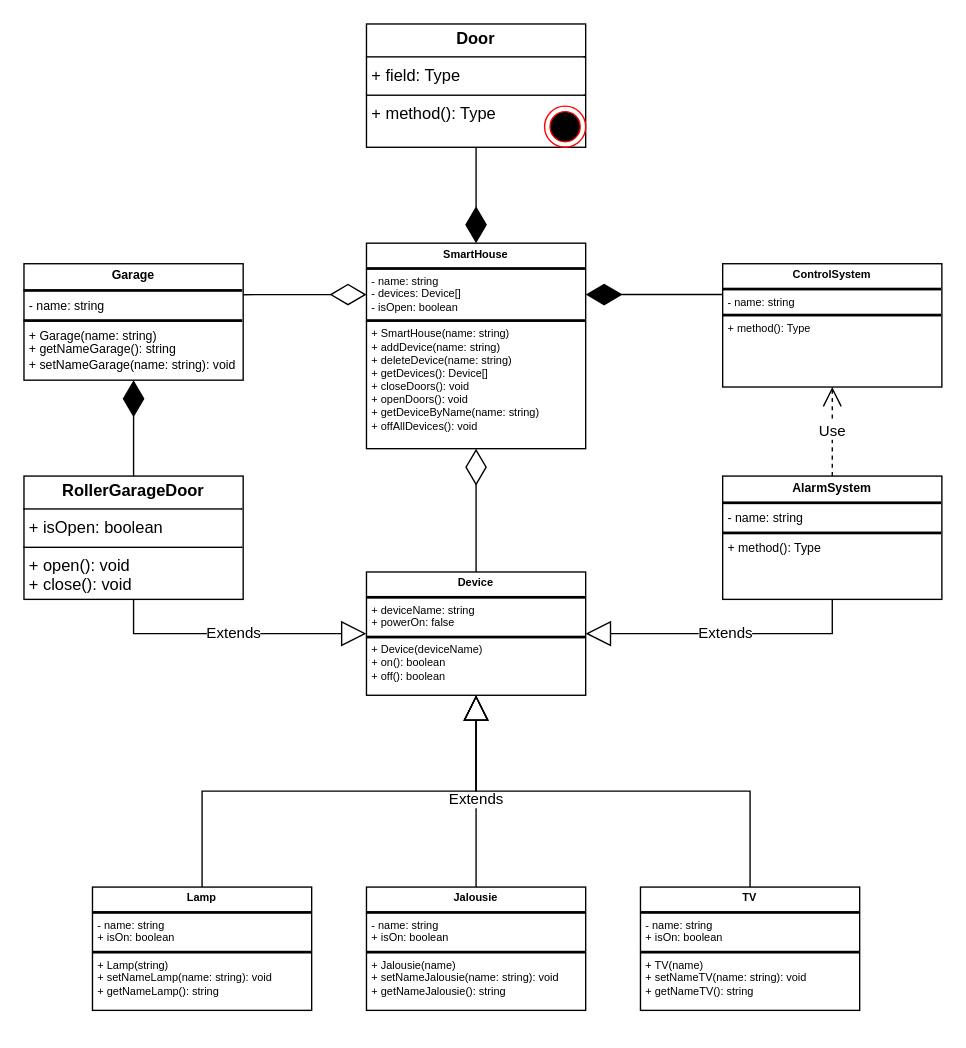
asimerole/independent-work-JS-for-university keeps this draw.io diagram as SmartHouse.drawio. Above is the earlier version. Source tidied: cells renumbered, new cells numbered last; positions are measured from the earlier drawing's top-left corner, leaving out a move shared by most shapes. Both pictures are drawn from the tidied source at 137%, with x=0, y=0 at pixel (23, 23).
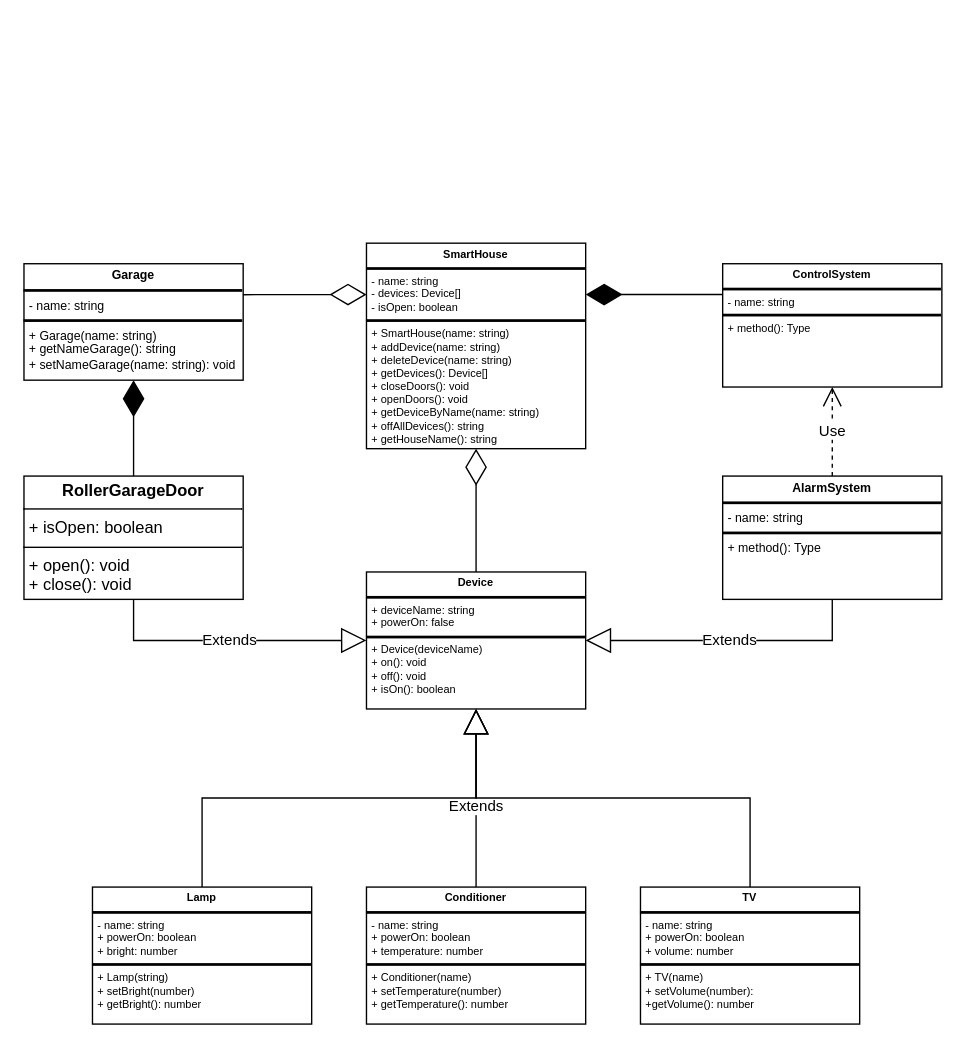
The same page after the edit.

Diff of the diagram source:
```diff
@@
-    <mxCell id="2" value="&lt;p style=&quot;margin: 4px 0px 0px; text-align: center; font-size: 8px;&quot;&gt;&lt;b style=&quot;font-size: 8px;&quot;&gt;SmartHouse&lt;/b&gt;&lt;/p&gt;&lt;hr style=&quot;border-style: solid; font-size: 8px;&quot;&gt;&lt;p style=&quot;margin: 0px 0px 0px 4px; font-size: 8px;&quot;&gt;&lt;font style=&quot;font-size: 8px;&quot;&gt;- name: string&lt;/font&gt;&lt;/p&gt;&lt;p style=&quot;margin: 0px 0px 0px 4px; font-size: 8px;&quot;&gt;&lt;font style=&quot;font-size: 8px;&quot;&gt;- devices: Device[]&lt;/font&gt;&lt;/p&gt;&lt;p style=&quot;margin: 0px 0px 0px 4px; font-size: 8px;&quot;&gt;&lt;font style=&quot;font-size: 8px;&quot;&gt;- isOpen: boolean&lt;/font&gt;&lt;/p&gt;&lt;hr style=&quot;border-style: solid; font-size: 8px;&quot;&gt;&lt;p style=&quot;margin: 0px 0px 0px 4px; font-size: 8px;&quot;&gt;+ SmartHouse(name: string)&lt;/p&gt;&lt;p style=&quot;margin: 0px 0px 0px 4px; font-size: 8px;&quot;&gt;+ addDevice(name: string)&lt;/p&gt;&lt;p style=&quot;margin: 0px 0px 0px 4px; font-size: 8px;&quot;&gt;+ deleteDevice(name: string)&lt;/p&gt;&lt;p style=&quot;margin: 0px 0px 0px 4px; font-size: 8px;&quot;&gt;+ getDevices(): Device[]&lt;/p&gt;&lt;p style=&quot;margin: 0px 0px 0px 4px; font-size: 8px;&quot;&gt;+ closeDoors(): void&lt;/p&gt;&lt;p style=&quot;margin: 0px 0px 0px 4px; font-size: 8px;&quot;&gt;+ openDoors(): void&lt;/p&gt;&lt;p style=&quot;margin: 0px 0px 0px 4px; font-size: 8px;&quot;&gt;+ getDeviceByName(name: string)&lt;/p&gt;&lt;p style=&quot;margin: 0px 0px 0px 4px; font-size: 8px;&quot;&gt;+ offAllDevices(): void&lt;/p&gt;&lt;p style=&quot;margin: 0px 0px 0px 4px; font-size: 8px;&quot;&gt;&lt;br&gt;&lt;/p&gt;" style="verticalAlign=top;align=left;overflow=fill;html=1;whiteSpace=wrap;fillColor=none;fontSize=8;" parent="1" vertex="1">
+    <mxCell id="2" value="&lt;p style=&quot;margin: 4px 0px 0px; text-align: center; font-size: 8px;&quot;&gt;&lt;b style=&quot;font-size: 8px;&quot;&gt;SmartHouse&lt;/b&gt;&lt;/p&gt;&lt;hr style=&quot;border-style: solid; font-size: 8px;&quot;&gt;&lt;p style=&quot;margin: 0px 0px 0px 4px; font-size: 8px;&quot;&gt;&lt;font style=&quot;font-size: 8px;&quot;&gt;- name: string&lt;/font&gt;&lt;/p&gt;&lt;p style=&quot;margin: 0px 0px 0px 4px; font-size: 8px;&quot;&gt;&lt;font style=&quot;font-size: 8px;&quot;&gt;- devices: Device[]&lt;/font&gt;&lt;/p&gt;&lt;p style=&quot;margin: 0px 0px 0px 4px; font-size: 8px;&quot;&gt;&lt;font style=&quot;font-size: 8px;&quot;&gt;- isOpen: boolean&lt;/font&gt;&lt;/p&gt;&lt;hr style=&quot;border-style: solid; font-size: 8px;&quot;&gt;&lt;p style=&quot;margin: 0px 0px 0px 4px; font-size: 8px;&quot;&gt;+ SmartHouse(name: string)&lt;/p&gt;&lt;p style=&quot;margin: 0px 0px 0px 4px; font-size: 8px;&quot;&gt;+ addDevice(name: string)&lt;/p&gt;&lt;p style=&quot;margin: 0px 0px 0px 4px; font-size: 8px;&quot;&gt;+ deleteDevice(name: string)&lt;/p&gt;&lt;p style=&quot;margin: 0px 0px 0px 4px; font-size: 8px;&quot;&gt;+ getDevices(): Device[]&lt;/p&gt;&lt;p style=&quot;margin: 0px 0px 0px 4px; font-size: 8px;&quot;&gt;+ closeDoors(): void&lt;/p&gt;&lt;p style=&quot;margin: 0px 0px 0px 4px; font-size: 8px;&quot;&gt;+ openDoors(): void&lt;/p&gt;&lt;p style=&quot;margin: 0px 0px 0px 4px; font-size: 8px;&quot;&gt;+ getDeviceByName(name: string)&lt;/p&gt;&lt;p style=&quot;margin: 0px 0px 0px 4px; font-size: 8px;&quot;&gt;+ offAllDevices(): string&lt;/p&gt;&lt;p style=&quot;margin: 0px 0px 0px 4px; font-size: 8px;&quot;&gt;+ getHouseName(): string&lt;/p&gt;&lt;p style=&quot;margin: 0px 0px 0px 4px; font-size: 8px;&quot;&gt;&lt;br&gt;&lt;/p&gt;" style="verticalAlign=top;align=left;overflow=fill;html=1;whiteSpace=wrap;fillColor=none;fontSize=8;" parent="1" vertex="1">
       <mxGeometry x="250" y="160" width="160" height="150" as="geometry" />
     </mxCell>
-    <mxCell id="3" value="&lt;p style=&quot;margin: 4px 0px 0px; text-align: center; font-size: 8px;&quot;&gt;&lt;b&gt;Device&lt;/b&gt;&lt;/p&gt;&lt;hr style=&quot;border-style: solid; font-size: 8px;&quot;&gt;&lt;p style=&quot;margin: 0px 0px 0px 4px; font-size: 8px;&quot;&gt;&lt;font style=&quot;font-size: 8px;&quot;&gt;+ deviceName: string&lt;/font&gt;&lt;/p&gt;&lt;p style=&quot;margin: 0px 0px 0px 4px; font-size: 8px;&quot;&gt;&lt;font style=&quot;font-size: 8px;&quot;&gt;+ powerOn: false&lt;/font&gt;&lt;span style=&quot;background-color: initial;&quot;&gt;&amp;nbsp;&lt;/span&gt;&lt;/p&gt;&lt;hr style=&quot;border-style: solid; font-size: 8px;&quot;&gt;&lt;p style=&quot;margin: 0px 0px 0px 4px; font-size: 8px;&quot;&gt;&lt;font style=&quot;font-size: 8px;&quot;&gt;+ Device(deviceName)&lt;br&gt;+ on(): boolean&lt;/font&gt;&lt;/p&gt;&lt;p style=&quot;margin: 0px 0px 0px 4px; font-size: 8px;&quot;&gt;&lt;font style=&quot;font-size: 8px;&quot;&gt;+ off(): boolean&lt;/font&gt;&lt;/p&gt;&lt;p style=&quot;margin: 0px 0px 0px 4px; font-size: 8px;&quot;&gt;&lt;font style=&quot;font-size: 8px;&quot;&gt;&lt;br&gt;&lt;/font&gt;&lt;/p&gt;" style="verticalAlign=top;align=left;overflow=fill;html=1;whiteSpace=wrap;fillColor=none;fontSize=8;" parent="1" vertex="1">
-      <mxGeometry x="250" y="400" width="160" height="90" as="geometry" />
+    <mxCell id="3" value="&lt;p style=&quot;margin: 4px 0px 0px; text-align: center; font-size: 8px;&quot;&gt;&lt;b&gt;Device&lt;/b&gt;&lt;/p&gt;&lt;hr style=&quot;border-style: solid; font-size: 8px;&quot;&gt;&lt;p style=&quot;margin: 0px 0px 0px 4px; font-size: 8px;&quot;&gt;&lt;font style=&quot;font-size: 8px;&quot;&gt;+ deviceName: string&lt;/font&gt;&lt;/p&gt;&lt;p style=&quot;margin: 0px 0px 0px 4px; font-size: 8px;&quot;&gt;&lt;font style=&quot;font-size: 8px;&quot;&gt;+ powerOn: false&lt;/font&gt;&lt;span style=&quot;background-color: initial;&quot;&gt;&amp;nbsp;&lt;/span&gt;&lt;/p&gt;&lt;hr style=&quot;border-style: solid; font-size: 8px;&quot;&gt;&lt;p style=&quot;margin: 0px 0px 0px 4px; font-size: 8px;&quot;&gt;&lt;font style=&quot;font-size: 8px;&quot;&gt;+ Device(deviceName)&lt;br&gt;+ on(): void&lt;/font&gt;&lt;/p&gt;&lt;p style=&quot;margin: 0px 0px 0px 4px; font-size: 8px;&quot;&gt;&lt;font style=&quot;font-size: 8px;&quot;&gt;+ off(): void&lt;/font&gt;&lt;/p&gt;&lt;p style=&quot;margin: 0px 0px 0px 4px; font-size: 8px;&quot;&gt;&lt;font style=&quot;font-size: 8px;&quot;&gt;+ isOn(): boolean&lt;/font&gt;&lt;/p&gt;&lt;p style=&quot;margin: 0px 0px 0px 4px;&quot;&gt;&lt;br&gt;&lt;/p&gt;&lt;p style=&quot;margin: 0px 0px 0px 4px; font-size: 8px;&quot;&gt;&lt;font style=&quot;font-size: 8px;&quot;&gt;&lt;br&gt;&lt;/font&gt;&lt;/p&gt;" style="verticalAlign=top;align=left;overflow=fill;html=1;whiteSpace=wrap;fillColor=none;fontSize=8;" parent="1" vertex="1">
+      <mxGeometry x="250" y="400" width="160" height="100" as="geometry" />
     </mxCell>
-    <mxCell id="4" value="&lt;p style=&quot;margin: 4px 0px 0px; text-align: center; font-size: 8px;&quot;&gt;&lt;b style=&quot;font-size: 8px;&quot;&gt;Jalousie&lt;/b&gt;&lt;/p&gt;&lt;hr style=&quot;border-style: solid; font-size: 8px;&quot;&gt;&lt;p style=&quot;margin: 0px 0px 0px 4px; font-size: 8px;&quot;&gt;- name: string&lt;br&gt;+ isOn: boolean&lt;br&gt;&lt;/p&gt;&lt;hr style=&quot;border-style: solid; font-size: 8px;&quot;&gt;&lt;p style=&quot;margin: 0px 0px 0px 4px; font-size: 8px;&quot;&gt;+ Jalousie(name)&lt;/p&gt;&lt;p style=&quot;margin: 0px 0px 0px 4px; font-size: 8px;&quot;&gt;+ setNameJalousie(name: string): void&lt;/p&gt;&lt;p style=&quot;margin: 0px 0px 0px 4px; font-size: 8px;&quot;&gt;+ getNameJalousie(): string&lt;br&gt;&lt;/p&gt;" style="verticalAlign=top;align=left;overflow=fill;html=1;whiteSpace=wrap;fillColor=none;fontSize=8;" parent="1" vertex="1">
-      <mxGeometry x="250" y="630" width="160" height="90" as="geometry" />
+    <mxCell id="4" value="&lt;p style=&quot;text-align: center; margin: 4px 0px 0px;&quot;&gt;&lt;span style=&quot;background-color: initial; text-align: left;&quot;&gt;&lt;b&gt;Conditioner&lt;/b&gt;&lt;/span&gt;&lt;/p&gt;&lt;hr style=&quot;border-style: solid; font-size: 8px;&quot;&gt;&lt;p style=&quot;margin: 0px 0px 0px 4px; font-size: 8px;&quot;&gt;- name: string&lt;br&gt;+ powerOn: boolean&lt;br&gt;&lt;/p&gt;&lt;p style=&quot;margin: 0px 0px 0px 4px; font-size: 8px;&quot;&gt;+ temperature: number&lt;/p&gt;&lt;hr style=&quot;border-style: solid; font-size: 8px;&quot;&gt;&lt;p style=&quot;margin: 0px 0px 0px 4px; font-size: 8px;&quot;&gt;+ Conditioner(name)&lt;/p&gt;&lt;p style=&quot;margin: 0px 0px 0px 4px; font-size: 8px;&quot;&gt;+ setTemperature(number)&lt;/p&gt;&lt;p style=&quot;margin: 0px 0px 0px 4px; font-size: 8px;&quot;&gt;+ getTemperature(): number&lt;/p&gt;" style="verticalAlign=top;align=left;overflow=fill;html=1;whiteSpace=wrap;fillColor=none;fontSize=8;" parent="1" vertex="1">
+      <mxGeometry x="250" y="630" width="160" height="100" as="geometry" />
     </mxCell>
-    <mxCell id="5" value="&lt;p style=&quot;margin: 4px 0px 0px; text-align: center; font-size: 8px;&quot;&gt;&lt;b&gt;TV&lt;/b&gt;&lt;/p&gt;&lt;hr style=&quot;border-style: solid; font-size: 8px;&quot;&gt;&lt;p style=&quot;margin: 0px 0px 0px 4px; font-size: 8px;&quot;&gt;- name: string&lt;/p&gt;&lt;p style=&quot;margin: 0px 0px 0px 4px; font-size: 8px;&quot;&gt;+ isOn: boolean&lt;br&gt;&lt;/p&gt;&lt;hr style=&quot;border-style: solid; font-size: 8px;&quot;&gt;&lt;p style=&quot;margin: 0px 0px 0px 4px; font-size: 8px;&quot;&gt;+ TV(name)&lt;/p&gt;&lt;p style=&quot;margin: 0px 0px 0px 4px; font-size: 8px;&quot;&gt;+ setNameTV(name: string): void&lt;/p&gt;&lt;p style=&quot;margin: 0px 0px 0px 4px; font-size: 8px;&quot;&gt;+ getNameTV(): string&lt;br&gt;&lt;/p&gt;" style="verticalAlign=top;align=left;overflow=fill;html=1;whiteSpace=wrap;fillColor=none;fontSize=8;" parent="1" vertex="1">
-      <mxGeometry x="450" y="630" width="160" height="90" as="geometry" />
+    <mxCell id="5" value="&lt;p style=&quot;margin: 4px 0px 0px; text-align: center; font-size: 8px;&quot;&gt;&lt;b&gt;TV&lt;/b&gt;&lt;/p&gt;&lt;hr style=&quot;border-style: solid; font-size: 8px;&quot;&gt;&lt;p style=&quot;margin: 0px 0px 0px 4px; font-size: 8px;&quot;&gt;- name: string&lt;/p&gt;&lt;p style=&quot;margin: 0px 0px 0px 4px; font-size: 8px;&quot;&gt;+ powerOn: boolean&lt;br&gt;&lt;/p&gt;&lt;p style=&quot;margin: 0px 0px 0px 4px; font-size: 8px;&quot;&gt;+ volume: number&lt;/p&gt;&lt;hr style=&quot;border-style: solid; font-size: 8px;&quot;&gt;&lt;p style=&quot;margin: 0px 0px 0px 4px; font-size: 8px;&quot;&gt;+ TV(name)&lt;/p&gt;&lt;p style=&quot;margin: 0px 0px 0px 4px; font-size: 8px;&quot;&gt;+ setVolume(number):&lt;/p&gt;&lt;p style=&quot;margin: 0px 0px 0px 4px; font-size: 8px;&quot;&gt;+getVolume(): number&lt;/p&gt;&lt;p style=&quot;margin: 0px 0px 0px 4px; font-size: 8px;&quot;&gt;&lt;br&gt;&lt;/p&gt;" style="verticalAlign=top;align=left;overflow=fill;html=1;whiteSpace=wrap;fillColor=none;fontSize=8;" parent="1" vertex="1">
+      <mxGeometry x="450" y="630" width="160" height="100" as="geometry" />
     </mxCell>
-    <mxCell id="6" value="&lt;p style=&quot;margin: 4px 0px 0px; text-align: center; font-size: 8px;&quot;&gt;&lt;b style=&quot;font-size: 8px;&quot;&gt;Lamp&lt;/b&gt;&lt;/p&gt;&lt;hr style=&quot;border-style: solid; font-size: 8px;&quot;&gt;&lt;p style=&quot;margin: 0px 0px 0px 4px; font-size: 8px;&quot;&gt;- name: string&lt;br&gt;+ isOn: boolean&lt;/p&gt;&lt;hr style=&quot;border-style: solid; font-size: 8px;&quot;&gt;&lt;p style=&quot;margin: 0px 0px 0px 4px; font-size: 8px;&quot;&gt;+ Lamp(string)&lt;br&gt;+ setNameLamp(name: string): void&lt;/p&gt;&lt;p style=&quot;margin: 0px 0px 0px 4px; font-size: 8px;&quot;&gt;+ getNameLamp(): string&lt;/p&gt;" style="verticalAlign=top;align=left;overflow=fill;html=1;whiteSpace=wrap;fillColor=none;fontSize=8;" parent="1" vertex="1">
-      <mxGeometry x="50" y="630" width="160" height="90" as="geometry" />
+    <mxCell id="6" value="&lt;p style=&quot;margin: 4px 0px 0px; text-align: center; font-size: 8px;&quot;&gt;&lt;b style=&quot;font-size: 8px;&quot;&gt;Lamp&lt;/b&gt;&lt;/p&gt;&lt;hr style=&quot;border-style: solid; font-size: 8px;&quot;&gt;&lt;p style=&quot;margin: 0px 0px 0px 4px; font-size: 8px;&quot;&gt;- name: string&lt;br&gt;+ powerOn: boolean&lt;/p&gt;&lt;p style=&quot;margin: 0px 0px 0px 4px; font-size: 8px;&quot;&gt;+ bright: number&lt;/p&gt;&lt;hr style=&quot;border-style: solid; font-size: 8px;&quot;&gt;&lt;p style=&quot;margin: 0px 0px 0px 4px; font-size: 8px;&quot;&gt;+ Lamp(string)&lt;br&gt;+ setBright(number)&lt;/p&gt;&lt;p style=&quot;margin: 0px 0px 0px 4px; font-size: 8px;&quot;&gt;+ getBright(): number&lt;/p&gt;&lt;p style=&quot;margin: 0px 0px 0px 4px; font-size: 8px;&quot;&gt;&lt;br&gt;&lt;/p&gt;" style="verticalAlign=top;align=left;overflow=fill;html=1;whiteSpace=wrap;fillColor=none;fontSize=8;" parent="1" vertex="1">
+      <mxGeometry x="50" y="630" width="160" height="100" as="geometry" />
     </mxCell>
@@
-    <mxCell id="21" value="&lt;p style=&quot;margin:0px;margin-top:4px;text-align:center;&quot;&gt;&lt;b&gt;Door&lt;/b&gt;&lt;/p&gt;&lt;hr size=&quot;1&quot; style=&quot;border-style:solid;&quot;&gt;&lt;p style=&quot;margin:0px;margin-left:4px;&quot;&gt;+ field: Type&lt;/p&gt;&lt;hr size=&quot;1&quot; style=&quot;border-style:solid;&quot;&gt;&lt;p style=&quot;margin:0px;margin-left:4px;&quot;&gt;+ method(): Type&lt;/p&gt;" style="verticalAlign=top;align=left;overflow=fill;html=1;whiteSpace=wrap;fillColor=none;" parent="1" vertex="1">
-      <mxGeometry x="250" width="160" height="90" as="geometry" />
-    </mxCell>
-    <mxCell id="22" style="endArrow=diamondThin;endFill=1;endSize=24;html=1;rounded=0;exitX=0.5;exitY=1;exitDx=0;exitDy=0;entryX=0.5;entryY=0;entryDx=0;entryDy=0;" parent="1" edge="1" source="21" target="2">
-      <mxGeometry relative="1" as="geometry" />
-    </mxCell>
-    <mxCell id="23" style="ellipse;html=1;shape=endState;fillColor=#000000;strokeColor=#ff0000;" parent="1" vertex="1">
-      <mxGeometry x="380" y="60" width="30" height="30" as="geometry" />
-    </mxCell>
```
